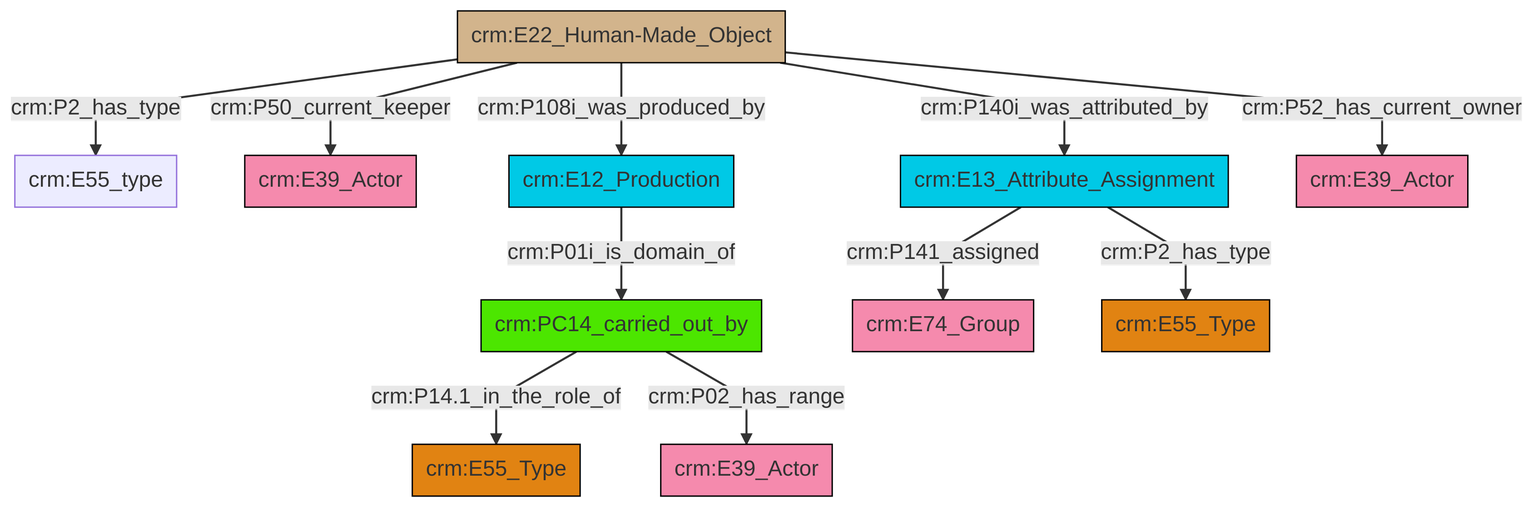
Before: et/artworkCSV/ttl/mmd/png/Artwork_Actor_Relations.png, a diagram exported from Mermaid (swiss-art-research-net/reference-data-models). Its source is kept beside it as et/artworkCSV/ttl/mmd/Artwork_Actor_Relations.ttl.mmd.
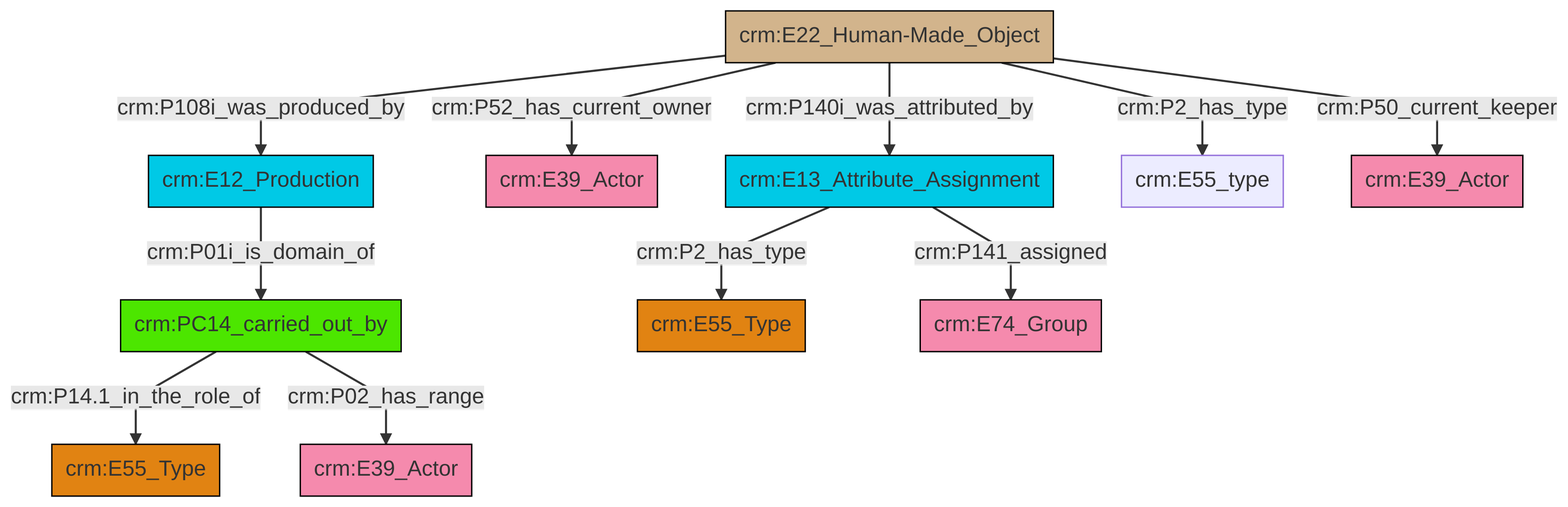
Above is the later version.

What changed in the source:
```diff
@@ -13,13 +13,13 @@
 classDef PC_Classes fill:#4ce600, stroke:#000000;
 classDef Multi fill:#cccccc,stroke:#000000;
 
-2["crm:E22_Human-Made_Object"]:::Physical_Thing -->|crm:P2_has_type| 0["crm:E55_type"]:::Default
-2["crm:E22_Human-Made_Object"]:::Physical_Thing -->|crm:P50_current_keeper| 3["crm:E39_Actor"]:::Actor
-4["crm:PC14_carried_out_by"]:::PC_Classes -->|crm:P14.1_in_the_role_of| 5["crm:E55_Type"]:::Type
-8["crm:E12_Production"]:::Temporal_Entity -->|crm:P01i_is_domain_of| 4["crm:PC14_carried_out_by"]:::PC_Classes
-9["crm:E13_Attribute_Assignment"]:::Temporal_Entity -->|crm:P141_assigned| 10["crm:E74_Group"]:::Actor
-9["crm:E13_Attribute_Assignment"]:::Temporal_Entity -->|crm:P2_has_type| 13["crm:E55_Type"]:::Type
-2["crm:E22_Human-Made_Object"]:::Physical_Thing -->|crm:P108i_was_produced_by| 8["crm:E12_Production"]:::Temporal_Entity
-2["crm:E22_Human-Made_Object"]:::Physical_Thing -->|crm:P140i_was_attributed_by| 9["crm:E13_Attribute_Assignment"]:::Temporal_Entity
-2["crm:E22_Human-Made_Object"]:::Physical_Thing -->|crm:P52_has_current_owner| 20["crm:E39_Actor"]:::Actor
-4["crm:PC14_carried_out_by"]:::PC_Classes -->|crm:P02_has_range| 11["crm:E39_Actor"]:::Actor
+0["crm:PC14_carried_out_by"]:::PC_Classes -->|crm:P14.1_in_the_role_of| 1["crm:E55_Type"]:::Type
+6["crm:E12_Production"]:::Temporal_Entity -->|crm:P01i_is_domain_of| 0["crm:PC14_carried_out_by"]:::PC_Classes
+7["crm:E22_Human-Made_Object"]:::Physical_Thing -->|crm:P52_has_current_owner| 8["crm:E39_Actor"]:::Actor
+7["crm:E22_Human-Made_Object"]:::Physical_Thing -->|crm:P140i_was_attributed_by| 13["crm:E13_Attribute_Assignment"]:::Temporal_Entity
+7["crm:E22_Human-Made_Object"]:::Physical_Thing -->|crm:P2_has_type| 17["crm:E55_type"]:::Default
+13["crm:E13_Attribute_Assignment"]:::Temporal_Entity -->|crm:P2_has_type| 2["crm:E55_Type"]:::Type
+0["crm:PC14_carried_out_by"]:::PC_Classes -->|crm:P02_has_range| 4["crm:E39_Actor"]:::Actor
+13["crm:E13_Attribute_Assignment"]:::Temporal_Entity -->|crm:P141_assigned| 10["crm:E74_Group"]:::Actor
+7["crm:E22_Human-Made_Object"]:::Physical_Thing -->|crm:P50_current_keeper| 20["crm:E39_Actor"]:::Actor
+7["crm:E22_Human-Made_Object"]:::Physical_Thing -->|crm:P108i_was_produced_by| 6["crm:E12_Production"]:::Temporal_Entity
```
